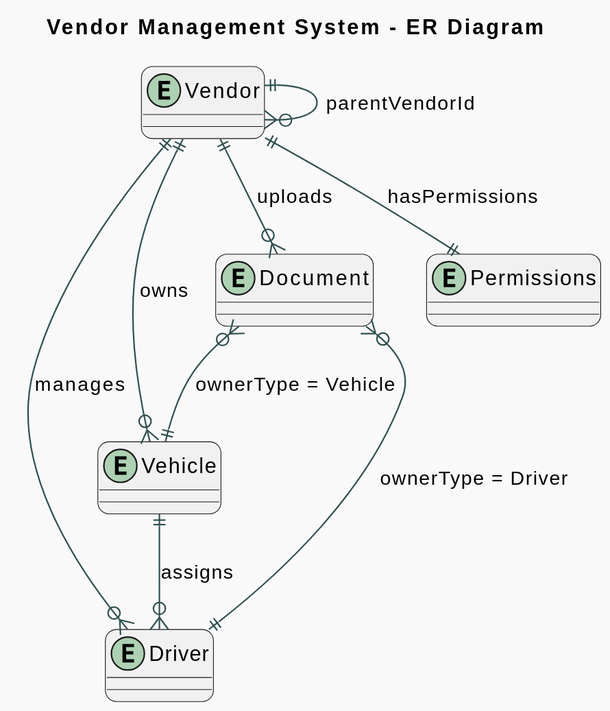
This is assets/uml_diagrams/er_diagram.svg from anushka-23-10/Vendor-Cab-and-Driver-Onboarding-Vendor-Hierarchy-Management, a PlantUML export, as it was before one commit.
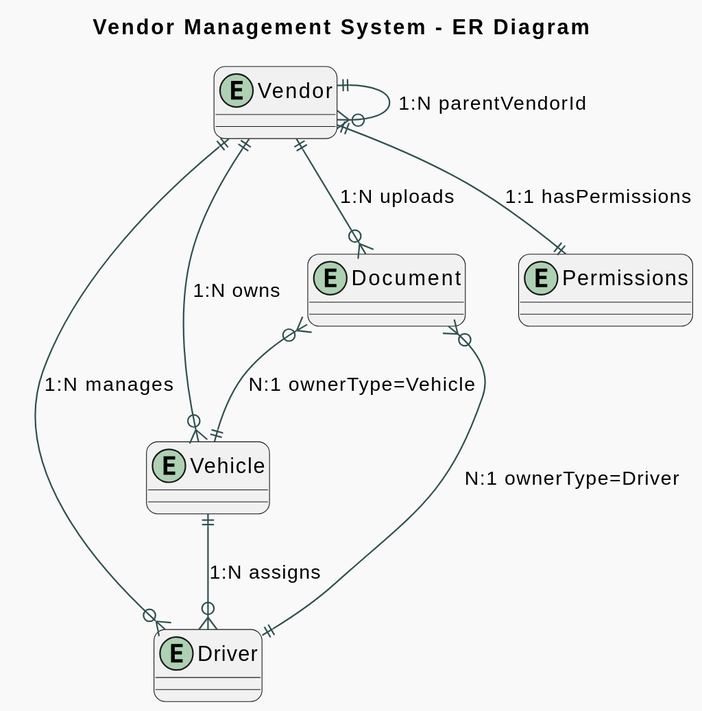
After the commit.

Change to the diagram source:
```diff
@@ -14,12 +14,12 @@
 entity "Document" as Document
 entity "Permissions" as Permissions
 
-Vendor ||--o{ Vendor : "parentVendorId"
-Vendor ||--o{ Vehicle : "owns"
-Vendor ||--o{ Driver : "manages"
-Vendor ||--o{ Document : "uploads"
-Vendor ||--|| Permissions : "hasPermissions"
-Vehicle ||--o{ Driver : "assigns"
-Document }o--|| Driver : "ownerType = Driver"
-Document }o--|| Vehicle : "ownerType = Vehicle"
+Vendor ||--o{ Vendor : "1:N parentVendorId"
+Vendor ||--o{ Vehicle : "1:N owns"
+Vendor ||--o{ Driver : "1:N manages"
+Vendor ||--o{ Document : "1:N uploads"
+Vendor ||--|| Permissions : "1:1 hasPermissions"
+Vehicle ||--o{ Driver : "1:N assigns"
+Document }o--|| Driver : "N:1 ownerType=Driver"
+Document }o--|| Vehicle : "N:1 ownerType=Vehicle"
 @enduml
```
